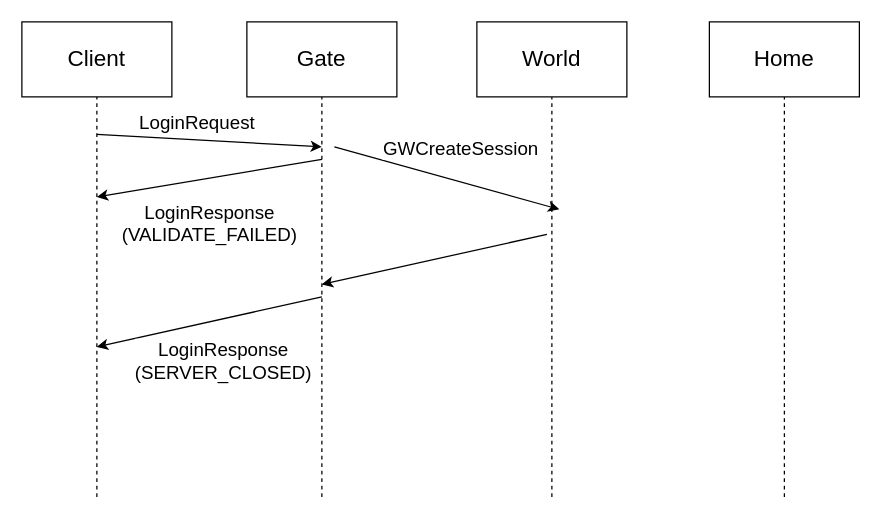
Earlier version of the draw.io diagram server/youzu/server-trail_login.drawio (juzq/draw). Source tidied: cells renumbered, new cells numbered last; positions are measured from the earlier drawing's top-left corner, leaving out a move shared by most shapes. Both pictures are drawn from the tidied source at 125%, with x=0, y=0 at pixel (21, 21).
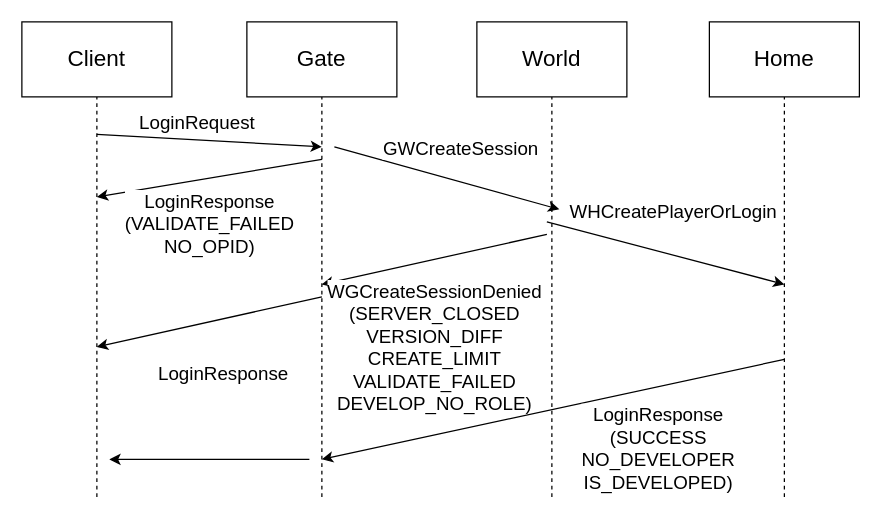
Above is the later version.

The change refers to these unchanged cells:
```xml
<mxCell id="12" style="endArrow=classic;html=1;fontSize=15;" parent="1" edge="1">
  <mxGeometry relative="1" as="geometry">
    <mxPoint x="240" y="110" as="sourcePoint" />
    <mxPoint x="60" y="140" as="targetPoint" />
  </mxGeometry>
</mxCell>
<mxCell id="16" style="endArrow=classic;html=1;fontSize=15;" parent="1" edge="1">
  <mxGeometry relative="1" as="geometry">
    <mxPoint x="420" y="170" as="sourcePoint" />
    <mxPoint x="240" y="210" as="targetPoint" />
  </mxGeometry>
</mxCell>
<mxCell id="17" style="endArrow=classic;html=1;fontSize=15;" parent="1" edge="1">
  <mxGeometry relative="1" as="geometry">
    <mxPoint x="240" y="220" as="sourcePoint" />
    <mxPoint x="60" y="260" as="targetPoint" />
  </mxGeometry>
</mxCell>
```

Diff of the diagram source:
```diff
@@
-    <mxCell id="13" value="&lt;div&gt;LoginResponse&lt;/div&gt;(VALIDATE_FAILED)" style="edgeLabel;html=1;align=center;verticalAlign=middle;fontSize=15;" parent="12" vertex="1">
+    <mxCell id="13" value="&lt;div&gt;LoginResponse&lt;/div&gt;&lt;div&gt;(VALIDATE_FAILED&lt;/div&gt;&lt;div&gt;NO_OPID)&lt;/div&gt;" style="edgeLabel;html=1;align=center;verticalAlign=middle;fontSize=15;" parent="12" vertex="1">
       <mxGeometry x="0.22" y="2" relative="1" as="geometry">
         <mxPoint x="19" y="30" as="offset" />
       </mxGeometry>
     </mxCell>
@@
+    <mxCell id="19" value="&lt;div&gt;&lt;font style=&quot;font-size: 15px&quot;&gt;WGCreateSessionDenied&lt;/font&gt;&lt;/div&gt;&lt;div style=&quot;font-size: 15px&quot;&gt;(SERVER_CLOSED&lt;br&gt;&lt;/div&gt;&lt;div style=&quot;font-size: 15px&quot;&gt;VERSION_DIFF&lt;/div&gt;&lt;div style=&quot;font-size: 15px&quot;&gt;CREATE_LIMIT&lt;/div&gt;&lt;div style=&quot;font-size: 15px&quot;&gt;VALIDATE_FAILED&lt;/div&gt;&lt;div style=&quot;font-size: 15px&quot;&gt;DEVELOP_NO_ROLE)&lt;/div&gt;" style="edgeLabel;html=1;align=center;verticalAlign=middle;" parent="16" vertex="1">
+      <mxGeometry x="0.18" relative="1" as="geometry">
+        <mxPoint x="16" y="66" as="offset" />
+      </mxGeometry>
+    </mxCell>
@@
-    <mxCell id="18" value="&lt;div&gt;LoginResponse&lt;/div&gt;&lt;div&gt;(SERVER_CLOSED)&lt;br&gt;&lt;/div&gt;" style="edgeLabel;html=1;align=center;verticalAlign=middle;fontSize=15;" parent="17" vertex="1">
+    <mxCell id="18" value="&lt;div&gt;LoginResponse&lt;/div&gt;" style="edgeLabel;html=1;align=center;verticalAlign=middle;fontSize=15;" parent="17" vertex="1">
       <mxGeometry x="0.3" y="1" relative="1" as="geometry">
-        <mxPoint x="37" y="23" as="offset" />
+        <mxPoint x="37" y="33" as="offset" />
       </mxGeometry>
     </mxCell>
+    <mxCell id="20" style="endArrow=classic;html=1;" parent="1" edge="1">
+      <mxGeometry relative="1" as="geometry">
+        <mxPoint x="420" y="160" as="sourcePoint" />
+        <mxPoint x="610" y="210" as="targetPoint" />
+      </mxGeometry>
+    </mxCell>
+    <mxCell id="21" value="&lt;font style=&quot;font-size: 15px&quot;&gt;WHCreatePlayerOrLogin&lt;/font&gt;" style="edgeLabel;html=1;align=center;verticalAlign=middle;" parent="20" vertex="1">
+      <mxGeometry x="-0.23" y="3" relative="1" as="geometry">
+        <mxPoint x="26" y="-26" as="offset" />
+      </mxGeometry>
+    </mxCell>
+    <mxCell id="22" style="endArrow=classic;html=1;" parent="1" edge="1">
+      <mxGeometry relative="1" as="geometry">
+        <mxPoint x="610" y="270" as="sourcePoint" />
+        <mxPoint x="240" y="350" as="targetPoint" />
+      </mxGeometry>
+    </mxCell>
+    <mxCell id="23" value="&lt;div&gt;&lt;font style=&quot;font-size: 15px&quot;&gt;LoginResponse&lt;/font&gt;&lt;/div&gt;&lt;div style=&quot;font-size: 15px&quot;&gt;(SUCCESS&lt;/div&gt;&lt;div style=&quot;font-size: 15px&quot;&gt;NO_DEVELOPER&lt;/div&gt;&lt;div style=&quot;font-size: 15px&quot;&gt;IS_DEVELOPED)&lt;br&gt;&lt;/div&gt;" style="edgeLabel;html=1;align=center;verticalAlign=middle;" parent="22" vertex="1">
+      <mxGeometry x="0.06" y="2" relative="1" as="geometry">
+        <mxPoint x="95" y="26" as="offset" />
+      </mxGeometry>
+    </mxCell>
+    <mxCell id="24" style="endArrow=classic;html=1;" parent="1" edge="1">
+      <mxGeometry relative="1" as="geometry">
+        <mxPoint x="230" y="350" as="sourcePoint" />
+        <mxPoint x="70" y="350" as="targetPoint" />
+      </mxGeometry>
+    </mxCell>
```
